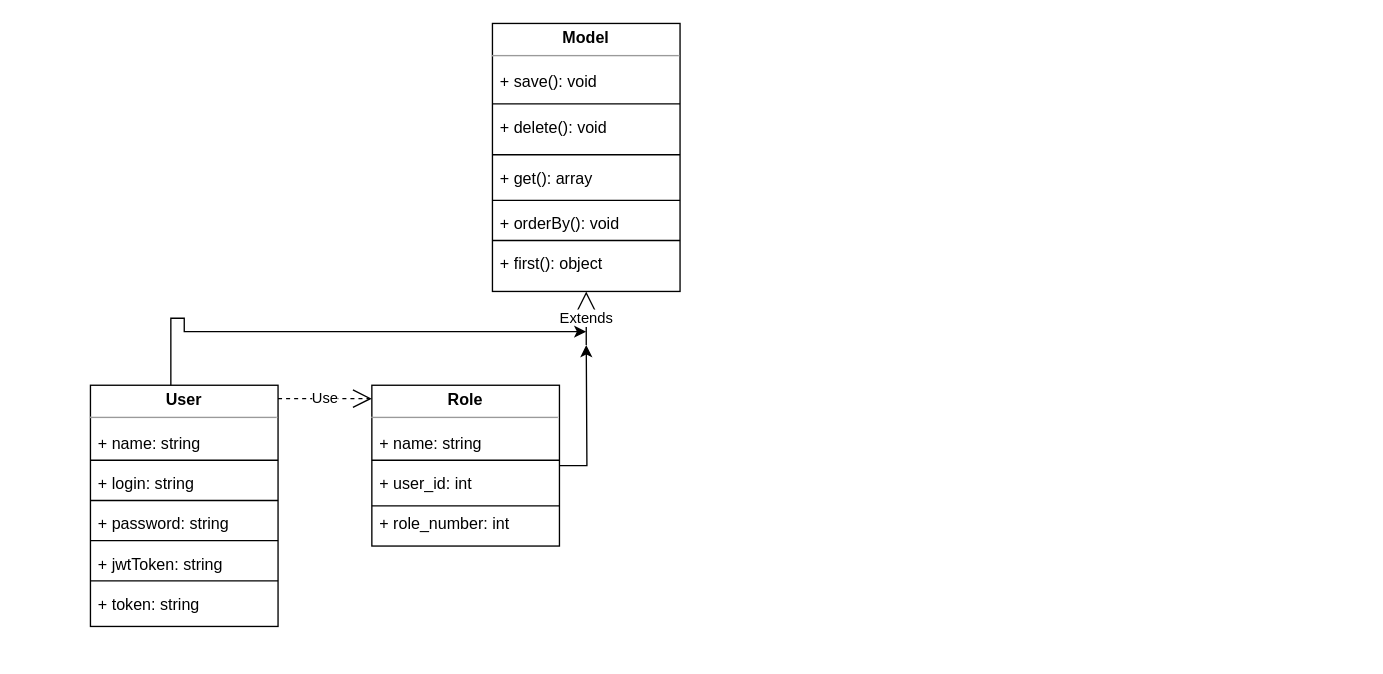
Gallismo/asdasf keeps this draw.io diagram as Untitled Diagram.drawio.xml. Above is the earlier version. Source tidied: cells renumbered, new cells numbered last; positions are measured from the earlier drawing's top-left corner, leaving out a move shared by most shapes. Both pictures are drawn from the tidied source at 134%, with x=0, y=0 at pixel (90, 23).
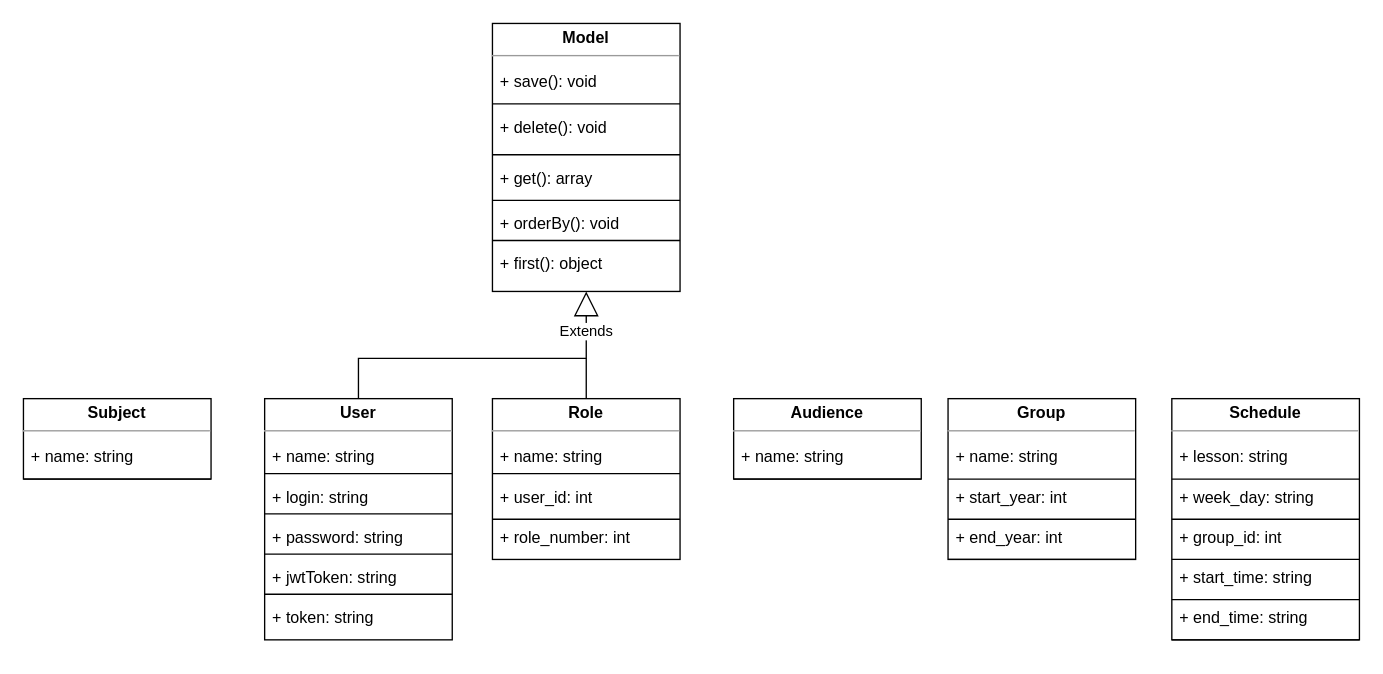
Above is the later version.

Unchanged cells that the change refers to:
```xml
<mxCell id="15" value="&lt;p style=&quot;margin: 0px ; margin-top: 4px ; text-align: center&quot;&gt;&lt;b&gt;User&lt;/b&gt;&lt;/p&gt;&lt;hr size=&quot;1&quot;&gt;&lt;div style=&quot;height: 2px&quot;&gt;&lt;/div&gt;" style="verticalAlign=top;align=left;overflow=fill;fontSize=12;fontFamily=Helvetica;html=1;" parent="14" vertex="1">
  <mxGeometry width="140" height="180" as="geometry" />
</mxCell>
<mxCell id="26" value="&lt;p style=&quot;margin: 0px ; margin-top: 4px ; text-align: center&quot;&gt;&lt;b&gt;Role&lt;/b&gt;&lt;/p&gt;&lt;hr size=&quot;1&quot;&gt;&lt;div style=&quot;height: 2px&quot;&gt;&lt;/div&gt;" style="verticalAlign=top;align=left;overflow=fill;fontSize=12;fontFamily=Helvetica;html=1;" parent="25" vertex="1">
  <mxGeometry width="140" height="120" as="geometry" />
</mxCell>
```

Change to the diagram source:
```diff
@@
     <mxCell id="14" style="group;" parent="1" vertex="1">
-      <mxGeometry y="270" width="140" height="180" as="geometry" />
+      <mxGeometry x="130" y="280" width="140" height="180" as="geometry" />
     </mxCell>
@@
     <mxCell id="25" style="group;" parent="1" vertex="1">
-      <mxGeometry x="210" y="270" width="140" height="120" as="geometry" />
+      <mxGeometry x="300" y="280" width="140" height="120" as="geometry" />
     </mxCell>
@@
-    <mxCell id="32" value="Use" style="endArrow=open;endSize=12;dashed=1;html=1;rounded=0;" parent="1" edge="1">
-      <mxGeometry relative="1" as="geometry">
-        <mxPoint x="140" y="280" as="sourcePoint" />
-        <mxPoint x="210" y="280" as="targetPoint" />
-      </mxGeometry>
-    </mxCell>
-    <mxCell id="33" value="Extends" style="endArrow=block;endSize=16;endFill=0;html=1;rounded=0;" parent="1" edge="1">
-      <mxGeometry relative="1" as="geometry">
-        <mxPoint x="370" y="240" as="sourcePoint" />
+    <mxCell id="33" value="Extends" style="endArrow=block;endSize=16;endFill=0;html=1;rounded=0;exitX=0.5;exitY=0;exitDx=0;exitDy=0;" parent="1" edge="1" source="15">
+      <mxGeometry x="0.76" relative="1" as="geometry">
         <mxPoint x="370" y="200" as="targetPoint" />
+        <Array as="points">
+          <mxPoint x="200" y="250" />
+          <mxPoint x="370" y="250" />
+        </Array>
       </mxGeometry>
     </mxCell>
-    <mxCell id="34" style="edgeStyle=orthogonalEdgeStyle;rounded=0;jettySize=auto;html=1;" parent="1" edge="1" source="26">
-      <mxGeometry relative="1" as="geometry">
-        <mxPoint x="370" y="240" as="targetPoint" />
-      </mxGeometry>
-    </mxCell>
-    <mxCell id="35" style="edgeStyle=orthogonalEdgeStyle;rounded=0;jettySize=auto;html=1;" parent="1" edge="1" source="15">
-      <mxGeometry relative="1" as="geometry">
-        <mxPoint x="370" y="230" as="targetPoint" />
-        <Array as="points">
-          <mxPoint x="60" y="220" />
-          <mxPoint x="70" y="220" />
-        </Array>
-      </mxGeometry>
-    </mxCell>
+    <mxCell id="36" style="endArrow=none;html=1;rounded=0;exitX=0.5;exitY=0;exitDx=0;exitDy=0;" parent="1" edge="1" source="26">
+      <mxGeometry relative="1" as="geometry">
+        <mxPoint x="370" y="250" as="targetPoint" />
+      </mxGeometry>
+    </mxCell>
+    <mxCell id="37" value="&lt;p style=&quot;margin: 0px ; margin-top: 4px ; text-align: center&quot;&gt;&lt;b&gt;Audience&lt;/b&gt;&lt;br&gt;&lt;/p&gt;&lt;hr size=&quot;1&quot;&gt;&lt;div style=&quot;height: 2px&quot;&gt;&lt;/div&gt;" style="verticalAlign=top;align=left;overflow=fill;fontSize=12;fontFamily=Helvetica;html=1;" parent="1" vertex="1">
+      <mxGeometry x="480" y="280" width="140" height="60" as="geometry" />
+    </mxCell>
+    <mxCell id="38" style="group;" parent="1" vertex="1">
+      <mxGeometry x="480" y="310" width="140" height="34" as="geometry" />
+    </mxCell>
+    <mxCell id="39" value="+ name: string" style="text;strokeColor=none;fillColor=none;align=left;verticalAlign=top;spacingLeft=4;spacingRight=4;overflow=hidden;" parent="38" vertex="1">
+      <mxGeometry width="140" height="26" as="geometry" />
+    </mxCell>
+    <mxCell id="40" style="line;strokeWidth=1;fillColor=none;align=left;verticalAlign=middle;spacingTop=-1;spacingLeft=3;spacingRight=3;labelPosition=right;" parent="38" vertex="1">
+      <mxGeometry y="26" width="140" height="8" as="geometry" />
+    </mxCell>
+    <mxCell id="41" style="edgeStyle=orthogonalEdgeStyle;rounded=0;orthogonalLoop=1;jettySize=auto;html=1;exitX=0.5;exitY=1;exitDx=0;exitDy=0;" parent="1" edge="1" source="37" target="37">
+      <mxGeometry relative="1" as="geometry" />
+    </mxCell>
+    <mxCell id="42" value="&lt;p style=&quot;margin: 0px ; margin-top: 4px ; text-align: center&quot;&gt;&lt;b&gt;Group&lt;/b&gt;&lt;br&gt;&lt;/p&gt;&lt;hr size=&quot;1&quot;&gt;&lt;div style=&quot;height: 2px&quot;&gt;&lt;/div&gt;" style="verticalAlign=top;align=left;overflow=fill;fontSize=12;fontFamily=Helvetica;html=1;" parent="1" vertex="1">
+      <mxGeometry x="640" y="280" width="140" height="120" as="geometry" />
+    </mxCell>
+    <mxCell id="43" style="group;" parent="1" vertex="1">
+      <mxGeometry x="640" y="310" width="140" height="34" as="geometry" />
+    </mxCell>
+    <mxCell id="44" value="+ name: string" style="text;strokeColor=none;fillColor=none;align=left;verticalAlign=top;spacingLeft=4;spacingRight=4;overflow=hidden;" parent="43" vertex="1">
+      <mxGeometry width="140" height="26" as="geometry" />
+    </mxCell>
+    <mxCell id="45" style="line;strokeWidth=1;fillColor=none;align=left;verticalAlign=middle;spacingTop=-1;spacingLeft=3;spacingRight=3;labelPosition=right;" parent="43" vertex="1">
+      <mxGeometry y="26" width="140" height="8" as="geometry" />
+    </mxCell>
+    <mxCell id="46" style="edgeStyle=orthogonalEdgeStyle;rounded=0;orthogonalLoop=1;jettySize=auto;html=1;exitX=0.5;exitY=1;exitDx=0;exitDy=0;" parent="1" edge="1" source="42" target="42">
+      <mxGeometry relative="1" as="geometry" />
+    </mxCell>
+    <mxCell id="47" style="group;" parent="1" vertex="1">
+      <mxGeometry x="640" y="340" width="140" height="34" as="geometry" />
+    </mxCell>
+    <mxCell id="48" value="+ start_year: int" style="text;strokeColor=none;fillColor=none;align=left;verticalAlign=top;spacingLeft=4;spacingRight=4;overflow=hidden;" parent="47" vertex="1">
+      <mxGeometry width="140" height="26" as="geometry" />
+    </mxCell>
+    <mxCell id="49" style="line;strokeWidth=1;fillColor=none;align=left;verticalAlign=middle;spacingTop=-1;spacingLeft=3;spacingRight=3;labelPosition=right;" parent="47" vertex="1">
+      <mxGeometry y="26" width="140" height="8" as="geometry" />
+    </mxCell>
+    <mxCell id="50" style="group;" parent="1" vertex="1">
+      <mxGeometry x="640" y="370" width="140" height="34" as="geometry" />
+    </mxCell>
+    <mxCell id="51" value="+ end_year: int" style="text;strokeColor=none;fillColor=none;align=left;verticalAlign=top;spacingLeft=4;spacingRight=4;overflow=hidden;" parent="50" vertex="1">
+      <mxGeometry width="140" height="26" as="geometry" />
+    </mxCell>
+    <mxCell id="52" style="line;strokeWidth=1;fillColor=none;align=left;verticalAlign=middle;spacingTop=-1;spacingLeft=3;spacingRight=3;labelPosition=right;" parent="50" vertex="1">
+      <mxGeometry y="26" width="140" height="8" as="geometry" />
+    </mxCell>
+    <mxCell id="53" value="&lt;p style=&quot;margin: 0px ; margin-top: 4px ; text-align: center&quot;&gt;&lt;b&gt;Subject&lt;/b&gt;&lt;br&gt;&lt;/p&gt;&lt;hr size=&quot;1&quot;&gt;&lt;div style=&quot;height: 2px&quot;&gt;&lt;/div&gt;" style="verticalAlign=top;align=left;overflow=fill;fontSize=12;fontFamily=Helvetica;html=1;" parent="1" vertex="1">
+      <mxGeometry x="-50" y="280" width="140" height="60" as="geometry" />
+    </mxCell>
+    <mxCell id="54" style="group;" parent="1" vertex="1">
+      <mxGeometry x="-50" y="310" width="140" height="34" as="geometry" />
+    </mxCell>
+    <mxCell id="55" value="+ name: string" style="text;strokeColor=none;fillColor=none;align=left;verticalAlign=top;spacingLeft=4;spacingRight=4;overflow=hidden;" parent="54" vertex="1">
+      <mxGeometry width="140" height="26" as="geometry" />
+    </mxCell>
+    <mxCell id="56" style="line;strokeWidth=1;fillColor=none;align=left;verticalAlign=middle;spacingTop=-1;spacingLeft=3;spacingRight=3;labelPosition=right;" parent="54" vertex="1">
+      <mxGeometry y="26" width="140" height="8" as="geometry" />
+    </mxCell>
+    <mxCell id="57" style="edgeStyle=orthogonalEdgeStyle;rounded=0;orthogonalLoop=1;jettySize=auto;html=1;exitX=0.5;exitY=1;exitDx=0;exitDy=0;" parent="1" edge="1" source="53" target="53">
+      <mxGeometry relative="1" as="geometry" />
+    </mxCell>
+    <mxCell id="58" value="&lt;p style=&quot;margin: 0px ; margin-top: 4px ; text-align: center&quot;&gt;&lt;b&gt;Schedule&lt;/b&gt;&lt;br&gt;&lt;/p&gt;&lt;hr size=&quot;1&quot;&gt;&lt;div style=&quot;height: 2px&quot;&gt;&lt;/div&gt;" style="verticalAlign=top;align=left;overflow=fill;fontSize=12;fontFamily=Helvetica;html=1;" parent="1" vertex="1">
+      <mxGeometry x="807" y="280" width="140" height="180" as="geometry" />
+    </mxCell>
+    <mxCell id="59" style="group;" parent="1" vertex="1">
+      <mxGeometry x="807" y="310" width="140" height="34" as="geometry" />
+    </mxCell>
+    <mxCell id="60" value="+ lesson: string" style="text;strokeColor=none;fillColor=none;align=left;verticalAlign=top;spacingLeft=4;spacingRight=4;overflow=hidden;" parent="59" vertex="1">
+      <mxGeometry width="140" height="26" as="geometry" />
+    </mxCell>
+    <mxCell id="61" style="line;strokeWidth=1;fillColor=none;align=left;verticalAlign=middle;spacingTop=-1;spacingLeft=3;spacingRight=3;labelPosition=right;" parent="59" vertex="1">
+      <mxGeometry y="26" width="140" height="8" as="geometry" />
+    </mxCell>
+    <mxCell id="62" style="edgeStyle=orthogonalEdgeStyle;rounded=0;orthogonalLoop=1;jettySize=auto;html=1;exitX=0.5;exitY=1;exitDx=0;exitDy=0;" parent="1" edge="1" source="58" target="58">
+      <mxGeometry relative="1" as="geometry" />
+    </mxCell>
+    <mxCell id="63" style="group;" parent="1" vertex="1">
+      <mxGeometry x="807" y="340" width="140" height="34" as="geometry" />
+    </mxCell>
+    <mxCell id="64" value="+ week_day: string" style="text;strokeColor=none;fillColor=none;align=left;verticalAlign=top;spacingLeft=4;spacingRight=4;overflow=hidden;" parent="63" vertex="1">
+      <mxGeometry width="140" height="26" as="geometry" />
+    </mxCell>
+    <mxCell id="65" style="line;strokeWidth=1;fillColor=none;align=left;verticalAlign=middle;spacingTop=-1;spacingLeft=3;spacingRight=3;labelPosition=right;" parent="63" vertex="1">
+      <mxGeometry y="26" width="140" height="8" as="geometry" />
+    </mxCell>
+    <mxCell id="66" style="group;" parent="1" vertex="1">
+      <mxGeometry x="807" y="370" width="140" height="34" as="geometry" />
+    </mxCell>
+    <mxCell id="67" value="+ group_id: int" style="text;strokeColor=none;fillColor=none;align=left;verticalAlign=top;spacingLeft=4;spacingRight=4;overflow=hidden;" parent="66" vertex="1">
+      <mxGeometry width="140" height="26" as="geometry" />
+    </mxCell>
+    <mxCell id="68" style="line;strokeWidth=1;fillColor=none;align=left;verticalAlign=middle;spacingTop=-1;spacingLeft=3;spacingRight=3;labelPosition=right;" parent="66" vertex="1">
+      <mxGeometry y="26" width="140" height="8" as="geometry" />
+    </mxCell>
+    <mxCell id="69" style="group;" parent="1" vertex="1">
+      <mxGeometry x="807" y="400" width="140" height="34" as="geometry" />
+    </mxCell>
+    <mxCell id="70" value="+ start_time: string" style="text;strokeColor=none;fillColor=none;align=left;verticalAlign=top;spacingLeft=4;spacingRight=4;overflow=hidden;" parent="69" vertex="1">
+      <mxGeometry width="140" height="26" as="geometry" />
+    </mxCell>
+    <mxCell id="71" style="line;strokeWidth=1;fillColor=none;align=left;verticalAlign=middle;spacingTop=-1;spacingLeft=3;spacingRight=3;labelPosition=right;" parent="69" vertex="1">
+      <mxGeometry y="26" width="140" height="8" as="geometry" />
+    </mxCell>
+    <mxCell id="72" style="group;" parent="1" vertex="1">
+      <mxGeometry x="807" y="430" width="140" height="34" as="geometry" />
+    </mxCell>
+    <mxCell id="73" value="+ end_time: string" style="text;strokeColor=none;fillColor=none;align=left;verticalAlign=top;spacingLeft=4;spacingRight=4;overflow=hidden;" parent="72" vertex="1">
+      <mxGeometry width="140" height="26" as="geometry" />
+    </mxCell>
+    <mxCell id="74" style="line;strokeWidth=1;fillColor=none;align=left;verticalAlign=middle;spacingTop=-1;spacingLeft=3;spacingRight=3;labelPosition=right;" parent="72" vertex="1">
+      <mxGeometry y="26" width="140" height="8" as="geometry" />
+    </mxCell>
```
